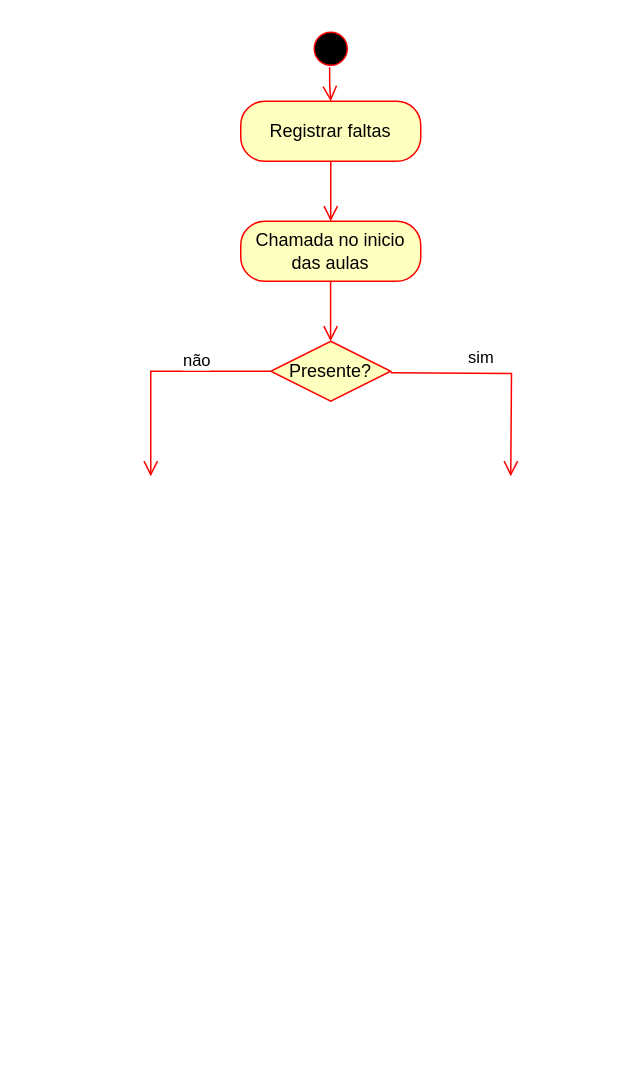
This is Diagramas/Diagrama sem nome.drawio from cc4semestre/projeto, a draw.io file, before an edit. Source tidied: cells renumbered, new cells numbered last; positions are measured from the earlier drawing's top-left corner, leaving out a move shared by most shapes. Both pictures are drawn from the tidied source at 150%, with x=0, y=0 at pixel (150, 26).
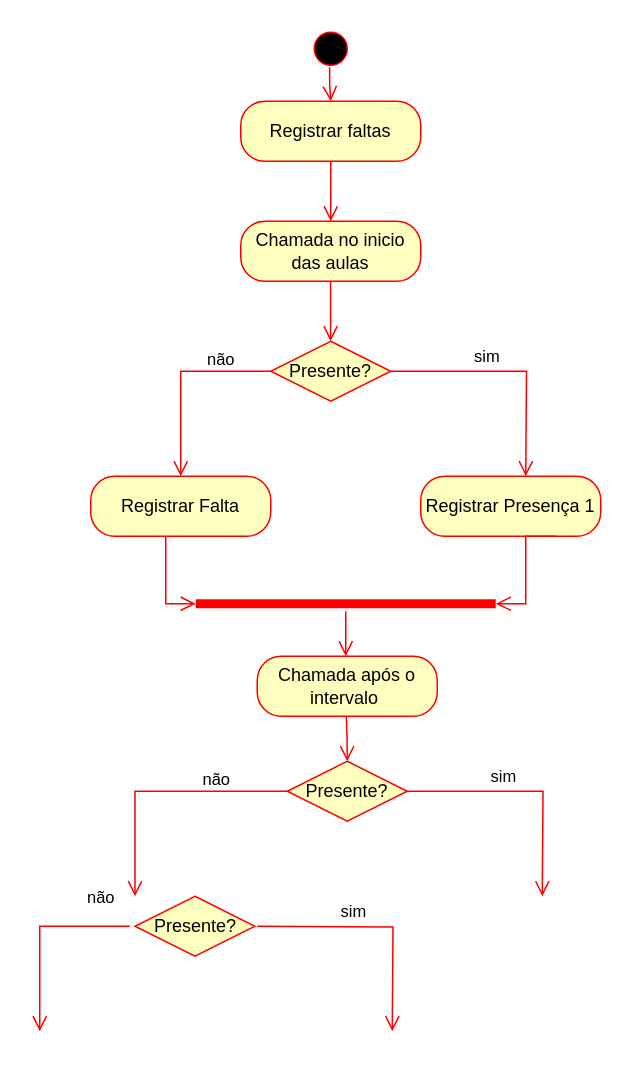
Above is the later version.

The change refers to these unchanged cells:
```xml
<mxCell id="7" value="Presente?" style="rhombus;whiteSpace=wrap;html=1;fontColor=#000000;fillColor=#ffffc0;strokeColor=#ff0000;" parent="1" vertex="1">
  <mxGeometry x="80" y="210" width="80" height="40" as="geometry" />
</mxCell>
```

Diff of the diagram source:
```diff
@@
-    <mxCell id="8" value="sim&amp;nbsp;" style="edgeStyle=orthogonalEdgeStyle;html=1;align=left;verticalAlign=bottom;endArrow=open;endSize=8;strokeColor=#ff0000;rounded=0;" parent="1" edge="1">
+    <mxCell id="8" value="sim&amp;nbsp;" style="edgeStyle=orthogonalEdgeStyle;html=1;align=left;verticalAlign=bottom;endArrow=open;endSize=8;strokeColor=#ff0000;rounded=0;exitX=1;exitY=0.5;exitDx=0;exitDy=0;" parent="1" edge="1" source="7">
       <mxGeometry x="-0.33" y="1" relative="1" as="geometry">
-        <mxPoint x="160" y="231" as="sourcePoint" />
-        <mxPoint x="240" y="300" as="targetPoint" />
+        <mxPoint x="250" y="300" as="targetPoint" />
       </mxGeometry>
     </mxCell>
-    <mxCell id="9" value="não" style="edgeStyle=orthogonalEdgeStyle;html=1;align=left;verticalAlign=top;endArrow=open;endSize=8;strokeColor=#ff0000;rounded=0;" parent="1" edge="1" source="7">
-      <mxGeometry x="-0.2" y="-20" relative="1" as="geometry">
-        <mxPoint y="300" as="targetPoint" />
-        <Array as="points">
-          <mxPoint y="230" />
-        </Array>
-      </mxGeometry>
-    </mxCell>
@@
+    <mxCell id="11" value="Registrar Presença 1" style="rounded=1;whiteSpace=wrap;html=1;arcSize=40;fontColor=#000000;fillColor=#ffffc0;strokeColor=#ff0000;" parent="1" vertex="1">
+      <mxGeometry x="180" y="300" width="120" height="40" as="geometry" />
+    </mxCell>
+    <mxCell id="12" style="shape=line;html=1;strokeWidth=6;strokeColor=#ff0000;" parent="1" vertex="1">
+      <mxGeometry x="30" y="380" width="200" height="10" as="geometry" />
+    </mxCell>
+    <mxCell id="13" style="edgeStyle=orthogonalEdgeStyle;html=1;verticalAlign=bottom;endArrow=open;endSize=8;strokeColor=#ff0000;rounded=0;" parent="1" edge="1" source="12">
+      <mxGeometry relative="1" as="geometry">
+        <mxPoint x="130" y="420" as="targetPoint" />
+      </mxGeometry>
+    </mxCell>
+    <mxCell id="14" style="edgeStyle=orthogonalEdgeStyle;html=1;align=left;verticalAlign=bottom;endArrow=open;endSize=8;strokeColor=#ff0000;rounded=0;entryX=1;entryY=0.5;entryDx=0;entryDy=0;entryPerimeter=0;exitX=0.75;exitY=1;exitDx=0;exitDy=0;" parent="1" edge="1" source="11" target="12">
+      <mxGeometry x="-0.33" y="1" relative="1" as="geometry">
+        <Array as="points">
+          <mxPoint x="250" y="340" />
+          <mxPoint x="250" y="385" />
+        </Array>
+      </mxGeometry>
+    </mxCell>
+    <mxCell id="15" value="Chamada após o intervalo&amp;nbsp;" style="rounded=1;whiteSpace=wrap;html=1;arcSize=40;fontColor=#000000;fillColor=#ffffc0;strokeColor=#ff0000;" parent="1" vertex="1">
+      <mxGeometry x="71" y="420" width="120" height="40" as="geometry" />
+    </mxCell>
+    <mxCell id="16" value="Presente?" style="rhombus;whiteSpace=wrap;html=1;fontColor=#000000;fillColor=#ffffc0;strokeColor=#ff0000;" parent="1" vertex="1">
+      <mxGeometry x="91" y="490" width="80" height="40" as="geometry" />
+    </mxCell>
+    <mxCell id="17" style="edgeStyle=orthogonalEdgeStyle;html=1;verticalAlign=bottom;endArrow=open;endSize=8;strokeColor=#ff0000;rounded=0;entryX=0.5;entryY=0;entryDx=0;entryDy=0;" parent="1" edge="1" target="16">
+      <mxGeometry relative="1" as="geometry">
+        <mxPoint x="130.4" y="460" as="sourcePoint" />
+      </mxGeometry>
+    </mxCell>
+    <mxCell id="18" value="não" style="edgeStyle=orthogonalEdgeStyle;html=1;align=left;verticalAlign=bottom;endArrow=open;endSize=8;strokeColor=#ff0000;rounded=0;exitX=0;exitY=0.5;exitDx=0;exitDy=0;" parent="1" edge="1" source="7">
+      <mxGeometry x="-0.32" y="1" relative="1" as="geometry">
+        <mxPoint x="20" y="300" as="targetPoint" />
+        <Array as="points">
+          <mxPoint x="20" y="230" />
+          <mxPoint x="20" y="300" />
+        </Array>
+      </mxGeometry>
+    </mxCell>
+    <mxCell id="19" value="Registrar Falta" style="rounded=1;whiteSpace=wrap;html=1;arcSize=40;fontColor=#000000;fillColor=#ffffc0;strokeColor=#ff0000;" parent="1" vertex="1">
+      <mxGeometry x="-40" y="300" width="120" height="40" as="geometry" />
+    </mxCell>
+    <mxCell id="20" style="edgeStyle=orthogonalEdgeStyle;html=1;align=left;verticalAlign=bottom;endArrow=open;endSize=8;strokeColor=#ff0000;rounded=0;" parent="1" edge="1">
+      <mxGeometry x="-0.33" y="1" relative="1" as="geometry">
+        <mxPoint x="10" y="340" as="sourcePoint" />
+        <mxPoint x="30" y="385" as="targetPoint" />
+        <Array as="points">
+          <mxPoint x="10" y="340" />
+          <mxPoint x="10" y="385" />
+        </Array>
+      </mxGeometry>
+    </mxCell>
+    <mxCell id="21" value="não" style="edgeStyle=orthogonalEdgeStyle;html=1;align=left;verticalAlign=bottom;endArrow=open;endSize=8;strokeColor=#ff0000;rounded=0;exitX=0;exitY=0.5;exitDx=0;exitDy=0;" parent="1" edge="1" source="16">
+      <mxGeometry x="-0.32" y="1" relative="1" as="geometry">
+        <mxPoint x="-10.5" y="580" as="targetPoint" />
+        <Array as="points">
+          <mxPoint x="-11" y="510" />
+        </Array>
+      </mxGeometry>
+    </mxCell>
+    <mxCell id="22" value="sim&amp;nbsp;" style="edgeStyle=orthogonalEdgeStyle;html=1;align=left;verticalAlign=bottom;endArrow=open;endSize=8;strokeColor=#ff0000;rounded=0;exitX=1;exitY=0.5;exitDx=0;exitDy=0;" parent="1" edge="1" source="16">
+      <mxGeometry x="-0.33" y="1" relative="1" as="geometry">
+        <mxPoint x="261" y="580" as="targetPoint" />
+      </mxGeometry>
+    </mxCell>
+    <mxCell id="23" value="Presente?" style="rhombus;whiteSpace=wrap;html=1;fontColor=#000000;fillColor=#ffffc0;strokeColor=#ff0000;" parent="1" vertex="1">
+      <mxGeometry x="-10.5" y="580" width="80" height="40" as="geometry" />
+    </mxCell>
+    <mxCell id="24" value="não" style="edgeStyle=orthogonalEdgeStyle;html=1;align=left;verticalAlign=bottom;endArrow=open;endSize=8;strokeColor=#ff0000;rounded=0;exitX=0;exitY=0.5;exitDx=0;exitDy=0;" parent="1" edge="1">
+      <mxGeometry x="-0.54" y="-10" relative="1" as="geometry">
+        <mxPoint x="-14" y="600" as="sourcePoint" />
+        <mxPoint x="-74" y="670" as="targetPoint" />
+        <Array as="points">
+          <mxPoint x="-74" y="600" />
+          <mxPoint x="-74" y="670" />
+        </Array>
+      </mxGeometry>
+    </mxCell>
+    <mxCell id="25" value="sim&amp;nbsp;" style="edgeStyle=orthogonalEdgeStyle;html=1;align=left;verticalAlign=bottom;endArrow=open;endSize=8;strokeColor=#ff0000;rounded=0;exitX=1;exitY=0.5;exitDx=0;exitDy=0;" parent="1" edge="1">
+      <mxGeometry x="-0.33" y="1" relative="1" as="geometry">
+        <mxPoint x="71" y="600" as="sourcePoint" />
+        <mxPoint x="161" y="670" as="targetPoint" />
+      </mxGeometry>
+    </mxCell>
```
